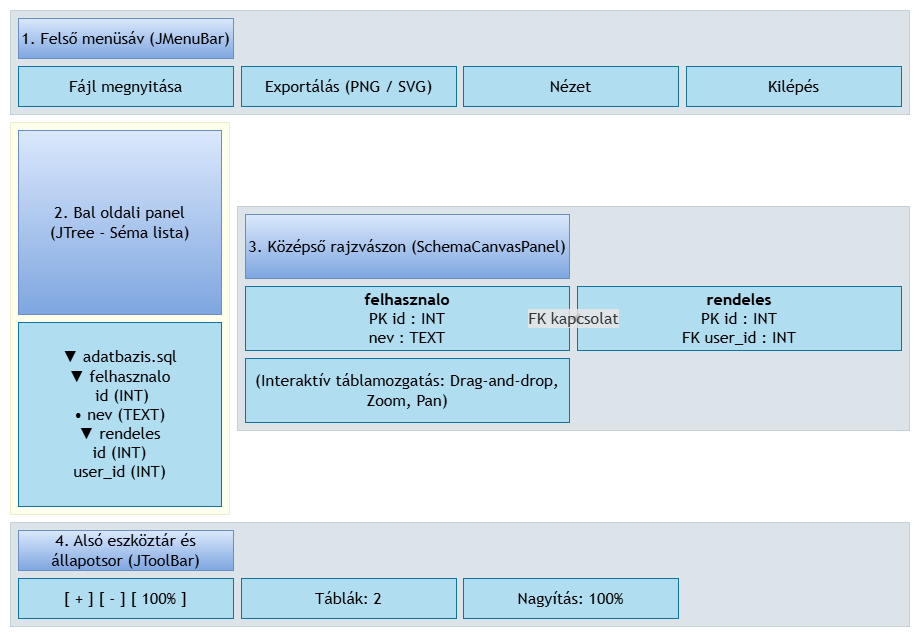
Above: Docs/Images/felulet_felepites.png in Skafyy/Szakdolgozat (draw.io), before the change. Source tidied: cells renumbered, new cells last; positions are measured from the earlier drawing's top-left corner, leaving out a move shared by most shapes. Source of this version:
```xml
<mxGraphModel>
  <root>
    <mxCell id="0" />
    <mxCell id="1" parent="0" />
    <mxCell id="2" style="group;transparentBounds=1;editIcon=1;lockedGroup=0;groupPadding=10;" parent="1" vertex="1">
      <mxGeometry as="geometry" />
    </mxCell>
    <mxCell id="3" style="html=1;whiteSpace=wrap;strokeWidth=1;verticalAlign=top;fillColor=#bac8d3;fillOpacity=50;strokeColor=#23445d;strokeOpacity=20;fontFamily=Trebuchet MS,Verdana,Arial,sans-serif;fontSize=16;" parent="2" vertex="1">
      <mxGeometry x="30" y="30" width="899" height="104" as="geometry" />
    </mxCell>
    <mxCell id="4" value="1. Felső menüsáv (JMenuBar)" style="html=1;whiteSpace=wrap;strokeWidth=1;fillColor=#dae8fc;strokeColor=#6c8ebf;fontFamily=Trebuchet MS,Verdana,Arial,sans-serif;fontSize=16;gradientColor=#7ea6e0;" parent="2" vertex="1">
      <mxGeometry x="38" y="38" width="215" height="40" as="geometry" />
    </mxCell>
    <mxCell id="5" value="Fájl megnyitása" style="html=1;whiteSpace=wrap;strokeWidth=1;fillColor=#b1ddf0;strokeColor=#10739e;fontFamily=Trebuchet MS,Verdana,Arial,sans-serif;fontSize=16;" parent="2" vertex="1">
      <mxGeometry x="38" y="86" width="215" height="40" as="geometry" />
    </mxCell>
    <mxCell id="6" value="Exportálás (PNG / SVG)" style="html=1;whiteSpace=wrap;strokeWidth=1;fillColor=#b1ddf0;strokeColor=#10739e;fontFamily=Trebuchet MS,Verdana,Arial,sans-serif;fontSize=16;" parent="2" vertex="1">
      <mxGeometry x="261" y="86" width="215" height="40" as="geometry" />
    </mxCell>
    <mxCell id="7" value="Nézet" style="html=1;whiteSpace=wrap;strokeWidth=1;fillColor=#b1ddf0;strokeColor=#10739e;fontFamily=Trebuchet MS,Verdana,Arial,sans-serif;fontSize=16;" parent="2" vertex="1">
      <mxGeometry x="483" y="86" width="215" height="40" as="geometry" />
    </mxCell>
    <mxCell id="8" value="Kilépés" style="html=1;whiteSpace=wrap;strokeWidth=1;fillColor=#b1ddf0;strokeColor=#10739e;fontFamily=Trebuchet MS,Verdana,Arial,sans-serif;fontSize=16;" parent="2" vertex="1">
      <mxGeometry x="706" y="86" width="215" height="40" as="geometry" />
    </mxCell>
    <mxCell id="9" style="html=1;whiteSpace=wrap;strokeWidth=1;verticalAlign=top;fillColor=light-dark(#ffffde,#1f2020);fillOpacity=50;strokeColor=light-dark(#aaaa33,#cccccc);strokeOpacity=20;fontColor=light-dark(#333333,#cccccc);fontFamily=Trebuchet MS,Verdana,Arial,sans-serif;fontSize=16;" parent="2" vertex="1">
      <mxGeometry x="30" y="142" width="219" height="392" as="geometry" />
    </mxCell>
    <mxCell id="10" value="2. Bal oldali panel&#10;(JTree - Séma lista)" style="html=1;whiteSpace=wrap;strokeWidth=1;fillColor=#dae8fc;strokeColor=#6c8ebf;fontFamily=Trebuchet MS,Verdana,Arial,sans-serif;fontSize=16;gradientColor=#7ea6e0;" parent="2" vertex="1">
      <mxGeometry x="38" y="150" width="203" height="184" as="geometry" />
    </mxCell>
    <mxCell id="11" value="▼ adatbazis.sql&lt;br&gt;▼ felhasznalo&lt;br&gt;&amp;nbsp;id (INT)&lt;br&gt;• nev (TEXT)&lt;br&gt;▼ rendeles&lt;br&gt;id (INT)&lt;br&gt;user_id (INT)" style="html=1;whiteSpace=wrap;strokeWidth=1;fillColor=#b1ddf0;strokeColor=#10739e;fontFamily=Trebuchet MS,Verdana,Arial,sans-serif;fontSize=16;" parent="2" vertex="1">
      <mxGeometry x="38" y="342" width="203" height="184" as="geometry" />
    </mxCell>
    <mxCell id="12" style="html=1;whiteSpace=wrap;strokeWidth=1;verticalAlign=top;fillColor=#bac8d3;fillOpacity=50;strokeColor=#23445d;strokeOpacity=20;fontFamily=Trebuchet MS,Verdana,Arial,sans-serif;fontSize=16;" parent="2" vertex="1">
      <mxGeometry x="257" y="226" width="672" height="224" as="geometry" />
    </mxCell>
    <mxCell id="13" value="3. Középső rajzvászon (SchemaCanvasPanel)" style="html=1;whiteSpace=wrap;strokeWidth=1;fillColor=#dae8fc;strokeColor=#6c8ebf;fontFamily=Trebuchet MS,Verdana,Arial,sans-serif;fontSize=16;gradientColor=#7ea6e0;" parent="2" vertex="1">
      <mxGeometry x="265" y="234" width="324" height="64" as="geometry" />
    </mxCell>
    <mxCell id="14" value="&lt;b&gt;felhasznalo&lt;br&gt;&lt;/b&gt;PK id : INT&lt;br&gt;nev : TEXT" style="html=1;whiteSpace=wrap;strokeWidth=1;fillColor=#b1ddf0;strokeColor=#10739e;fontFamily=Trebuchet MS,Verdana,Arial,sans-serif;fontSize=16;" parent="2" vertex="1">
      <mxGeometry x="265" y="306" width="324" height="64" as="geometry" />
    </mxCell>
    <mxCell id="15" value="&lt;b&gt;rendeles&lt;br&gt;&lt;/b&gt;PK id : INT&lt;br&gt;FK user_id : INT" style="html=1;whiteSpace=wrap;strokeWidth=1;fillColor=#b1ddf0;strokeColor=#10739e;fontFamily=Trebuchet MS,Verdana,Arial,sans-serif;fontSize=16;" parent="2" vertex="1">
      <mxGeometry x="597" y="306" width="324" height="64" as="geometry" />
    </mxCell>
    <mxCell id="16" value="(Interaktív táblamozgatás: Drag-and-drop, Zoom, Pan)" style="html=1;whiteSpace=wrap;strokeWidth=1;fillColor=#b1ddf0;strokeColor=#10739e;fontFamily=Trebuchet MS,Verdana,Arial,sans-serif;fontSize=16;" parent="2" vertex="1">
      <mxGeometry x="265" y="378" width="324" height="64" as="geometry" />
    </mxCell>
    <mxCell id="17" style="html=1;whiteSpace=wrap;strokeWidth=1;verticalAlign=top;fillColor=#bac8d3;fillOpacity=50;strokeColor=#23445d;strokeOpacity=20;fontFamily=Trebuchet MS,Verdana,Arial,sans-serif;fontSize=16;" parent="2" vertex="1">
      <mxGeometry x="30" y="542" width="899" height="104" as="geometry" />
    </mxCell>
    <mxCell id="18" value="4. Alsó eszköztár és állapotsor (JToolBar)" style="html=1;whiteSpace=wrap;strokeWidth=1;fillColor=#dae8fc;strokeColor=#6c8ebf;fontFamily=Trebuchet MS,Verdana,Arial,sans-serif;fontSize=16;gradientColor=#7ea6e0;" parent="2" vertex="1">
      <mxGeometry x="38" y="550" width="215" height="40" as="geometry" />
    </mxCell>
    <mxCell id="19" value="[ + ] [ - ] [ 100% ]" style="html=1;whiteSpace=wrap;strokeWidth=1;fillColor=#b1ddf0;strokeColor=#10739e;fontFamily=Trebuchet MS,Verdana,Arial,sans-serif;fontSize=16;" parent="2" vertex="1">
      <mxGeometry x="38" y="598" width="215" height="40" as="geometry" />
    </mxCell>
    <mxCell id="20" value="Táblák: 2" style="html=1;whiteSpace=wrap;strokeWidth=1;fillColor=#b1ddf0;strokeColor=#10739e;fontFamily=Trebuchet MS,Verdana,Arial,sans-serif;fontSize=16;" parent="2" vertex="1">
      <mxGeometry x="261" y="598" width="215" height="40" as="geometry" />
    </mxCell>
    <mxCell id="21" value="Nagyítás: 100%" style="html=1;whiteSpace=wrap;strokeWidth=1;fillColor=#b1ddf0;strokeColor=#10739e;fontFamily=Trebuchet MS,Verdana,Arial,sans-serif;fontSize=16;" parent="2" vertex="1">
      <mxGeometry x="483" y="598" width="215" height="40" as="geometry" />
    </mxCell>
    <mxCell id="22" value="FK kapcsolat" style="curved=1;startArrow=none;endArrow=block;endSize=8;endFill=1;strokeColor=light-dark(#333333,#cccccc);html=1;fontSize=16;labelBackgroundColor=light-dark(#E8E8E88D,#2a2a2a8D);fontFamily=Trebuchet MS,Verdana,Arial,sans-serif;fontColor=light-dark(#333333,#cccccc);rounded=0;" parent="2" edge="1" source="15" target="14">
      <mxGeometry relative="1" as="geometry" />
    </mxCell>
  </root>
</mxGraphModel>
```
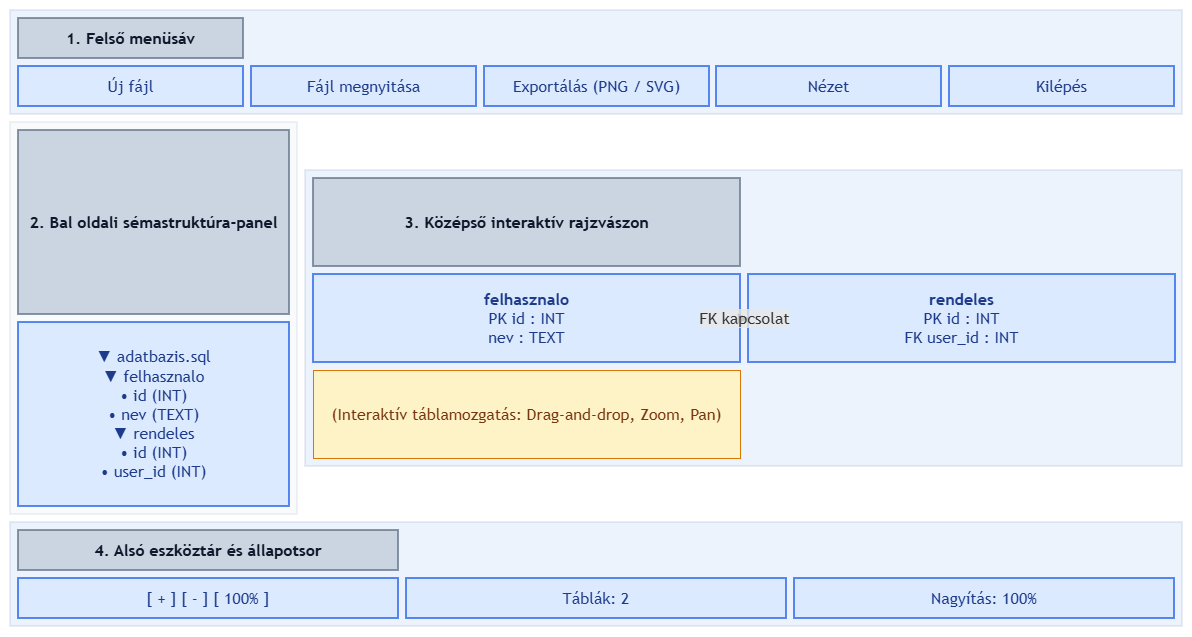
Above is the later version.

Diff of the diagram source:
```diff
@@ -1,68 +1,71 @@
-<mxGraphModel>
+<mxGraphModel background="light-dark(#ffffff, #121212)">
   <root>
     <mxCell id="0" />
     <mxCell id="1" parent="0" />
     <mxCell id="2" style="group;transparentBounds=1;editIcon=1;lockedGroup=0;groupPadding=10;" parent="1" vertex="1">
       <mxGeometry as="geometry" />
     </mxCell>
-    <mxCell id="3" style="html=1;whiteSpace=wrap;strokeWidth=1;verticalAlign=top;fillColor=#bac8d3;fillOpacity=50;strokeColor=#23445d;strokeOpacity=20;fontFamily=Trebuchet MS,Verdana,Arial,sans-serif;fontSize=16;" parent="2" vertex="1">
-      <mxGeometry x="30" y="30" width="899" height="104" as="geometry" />
-    </mxCell>
-    <mxCell id="4" value="1. Felső menüsáv (JMenuBar)" style="html=1;whiteSpace=wrap;strokeWidth=1;fillColor=#dae8fc;strokeColor=#6c8ebf;fontFamily=Trebuchet MS,Verdana,Arial,sans-serif;fontSize=16;gradientColor=#7ea6e0;" parent="2" vertex="1">
-      <mxGeometry x="38" y="38" width="215" height="40" as="geometry" />
-    </mxCell>
+    <mxCell id="23" style="html=1;whiteSpace=wrap;strokeWidth=1.5;verticalAlign=top;fillColor=#dae8fc;fillOpacity=50;strokeColor=#6c8ebf;strokeOpacity=20;fontFamily=Trebuchet MS,Verdana,Arial,sans-serif;fontSize=16;" parent="2" vertex="1">
+      <mxGeometry x="30" y="30" width="1172" height="104" as="geometry" />
+    </mxCell>
+    <mxCell id="24" value="1. Felső menüsáv" style="html=1;whiteSpace=wrap;strokeWidth=1.5;fillColor=#CBD5E1;strokeColor=#64748B;fontColor=#0F172A;fontFamily=Trebuchet MS,Verdana,Arial,sans-serif;fontSize=16;fontStyle=1;" parent="2" vertex="1">
+      <mxGeometry x="38" y="38" width="225" height="40" as="geometry" />
+    </mxCell>
+    <mxCell id="25" value="Új fájl" style="html=1;whiteSpace=wrap;strokeWidth=1.5;fillColor=#DBEAFE;strokeColor=#2563EB;fontColor=#1E3A8A;fontFamily=Trebuchet MS,Verdana,Arial,sans-serif;fontSize=16;" parent="2" vertex="1">
+      <mxGeometry x="38" y="86" width="225" height="40" as="geometry" />
+    </mxCell>
-    <mxCell id="5" value="Fájl megnyitása" style="html=1;whiteSpace=wrap;strokeWidth=1;fillColor=#b1ddf0;strokeColor=#10739e;fontFamily=Trebuchet MS,Verdana,Arial,sans-serif;fontSize=16;" parent="2" vertex="1">
-      <mxGeometry x="38" y="86" width="215" height="40" as="geometry" />
+    <mxCell id="5" value="Fájl megnyitása" style="html=1;whiteSpace=wrap;strokeWidth=1.5;fillColor=#DBEAFE;strokeColor=#2563EB;fontColor=#1E3A8A;fontFamily=Trebuchet MS,Verdana,Arial,sans-serif;fontSize=16;" parent="2" vertex="1">
+      <mxGeometry x="271" y="86" width="225" height="40" as="geometry" />
     </mxCell>
-    <mxCell id="6" value="Exportálás (PNG / SVG)" style="html=1;whiteSpace=wrap;strokeWidth=1;fillColor=#b1ddf0;strokeColor=#10739e;fontFamily=Trebuchet MS,Verdana,Arial,sans-serif;fontSize=16;" parent="2" vertex="1">
-      <mxGeometry x="261" y="86" width="215" height="40" as="geometry" />
+    <mxCell id="6" value="Exportálás (PNG / SVG)" style="html=1;whiteSpace=wrap;strokeWidth=1.5;fillColor=#DBEAFE;strokeColor=#2563EB;fontColor=#1E3A8A;fontFamily=Trebuchet MS,Verdana,Arial,sans-serif;fontSize=16;" parent="2" vertex="1">
+      <mxGeometry x="504" y="86" width="225" height="40" as="geometry" />
     </mxCell>
-    <mxCell id="7" value="Nézet" style="html=1;whiteSpace=wrap;strokeWidth=1;fillColor=#b1ddf0;strokeColor=#10739e;fontFamily=Trebuchet MS,Verdana,Arial,sans-serif;fontSize=16;" parent="2" vertex="1">
-      <mxGeometry x="483" y="86" width="215" height="40" as="geometry" />
+    <mxCell id="7" value="Nézet" style="html=1;whiteSpace=wrap;strokeWidth=1.5;fillColor=#DBEAFE;strokeColor=#2563EB;fontColor=#1E3A8A;fontFamily=Trebuchet MS,Verdana,Arial,sans-serif;fontSize=16;" parent="2" vertex="1">
+      <mxGeometry x="736" y="86" width="225" height="40" as="geometry" />
     </mxCell>
-    <mxCell id="8" value="Kilépés" style="html=1;whiteSpace=wrap;strokeWidth=1;fillColor=#b1ddf0;strokeColor=#10739e;fontFamily=Trebuchet MS,Verdana,Arial,sans-serif;fontSize=16;" parent="2" vertex="1">
-      <mxGeometry x="706" y="86" width="215" height="40" as="geometry" />
+    <mxCell id="8" value="Kilépés" style="html=1;whiteSpace=wrap;strokeWidth=1.5;fillColor=#DBEAFE;strokeColor=#2563EB;fontColor=#1E3A8A;fontFamily=Trebuchet MS,Verdana,Arial,sans-serif;fontSize=16;" parent="2" vertex="1">
+      <mxGeometry x="969" y="86" width="225" height="40" as="geometry" />
     </mxCell>
-    <mxCell id="9" style="html=1;whiteSpace=wrap;strokeWidth=1;verticalAlign=top;fillColor=light-dark(#ffffde,#1f2020);fillOpacity=50;strokeColor=light-dark(#aaaa33,#cccccc);strokeOpacity=20;fontColor=light-dark(#333333,#cccccc);fontFamily=Trebuchet MS,Verdana,Arial,sans-serif;fontSize=16;" parent="2" vertex="1">
-      <mxGeometry x="30" y="142" width="219" height="392" as="geometry" />
-    </mxCell>
-    <mxCell id="10" value="2. Bal oldali panel&#10;(JTree - Séma lista)" style="html=1;whiteSpace=wrap;strokeWidth=1;fillColor=#dae8fc;strokeColor=#6c8ebf;fontFamily=Trebuchet MS,Verdana,Arial,sans-serif;fontSize=16;gradientColor=#7ea6e0;" parent="2" vertex="1">
-      <mxGeometry x="38" y="150" width="203" height="184" as="geometry" />
-    </mxCell>
-    <mxCell id="11" value="▼ adatbazis.sql&lt;br&gt;▼ felhasznalo&lt;br&gt;&amp;nbsp;id (INT)&lt;br&gt;• nev (TEXT)&lt;br&gt;▼ rendeles&lt;br&gt;id (INT)&lt;br&gt;user_id (INT)" style="html=1;whiteSpace=wrap;strokeWidth=1;fillColor=#b1ddf0;strokeColor=#10739e;fontFamily=Trebuchet MS,Verdana,Arial,sans-serif;fontSize=16;" parent="2" vertex="1">
-      <mxGeometry x="38" y="342" width="203" height="184" as="geometry" />
-    </mxCell>
-    <mxCell id="12" style="html=1;whiteSpace=wrap;strokeWidth=1;verticalAlign=top;fillColor=#bac8d3;fillOpacity=50;strokeColor=#23445d;strokeOpacity=20;fontFamily=Trebuchet MS,Verdana,Arial,sans-serif;fontSize=16;" parent="2" vertex="1">
-      <mxGeometry x="257" y="226" width="672" height="224" as="geometry" />
-    </mxCell>
-    <mxCell id="13" value="3. Középső rajzvászon (SchemaCanvasPanel)" style="html=1;whiteSpace=wrap;strokeWidth=1;fillColor=#dae8fc;strokeColor=#6c8ebf;fontFamily=Trebuchet MS,Verdana,Arial,sans-serif;fontSize=16;gradientColor=#7ea6e0;" parent="2" vertex="1">
-      <mxGeometry x="265" y="234" width="324" height="64" as="geometry" />
-    </mxCell>
+    <mxCell id="26" style="html=1;whiteSpace=wrap;strokeWidth=1.5;verticalAlign=top;fillColor=#F1F5F9;fillOpacity=50;strokeColor=#94A3B8;strokeOpacity=20;fontColor=#0F172A;fontFamily=Trebuchet MS,Verdana,Arial,sans-serif;fontSize=16;" parent="2" vertex="1">
+      <mxGeometry x="30" y="142" width="287" height="392" as="geometry" />
+    </mxCell>
+    <mxCell id="27" value="2. Bal oldali sémastruktúra-panel" style="html=1;whiteSpace=wrap;strokeWidth=1.5;fillColor=#CBD5E1;strokeColor=#64748B;fontColor=#0F172A;fontFamily=Trebuchet MS,Verdana,Arial,sans-serif;fontSize=16;fontStyle=1;" parent="2" vertex="1">
+      <mxGeometry x="38" y="150" width="271" height="184" as="geometry" />
+    </mxCell>
+    <mxCell id="28" value="▼ adatbazis.sql&#10;▼ felhasznalo&#10;• id (INT)&#10;• nev (TEXT)&#10;▼ rendeles&#10;• id (INT)&#10;• user_id (INT)" style="html=1;whiteSpace=wrap;strokeWidth=1.5;fillColor=#DBEAFE;strokeColor=#2563EB;fontColor=#1E3A8A;fontFamily=Trebuchet MS,Verdana,Arial,sans-serif;fontSize=16;" parent="2" vertex="1">
+      <mxGeometry x="38" y="342" width="271" height="184" as="geometry" />
+    </mxCell>
+    <mxCell id="29" style="html=1;whiteSpace=wrap;strokeWidth=1.5;verticalAlign=top;fillColor=#dae8fc;fillOpacity=50;strokeColor=#6c8ebf;strokeOpacity=20;fontFamily=Trebuchet MS,Verdana,Arial,sans-serif;fontSize=16;" parent="2" vertex="1">
+      <mxGeometry x="325" y="190" width="877" height="296" as="geometry" />
+    </mxCell>
+    <mxCell id="30" value="3. Középső interaktív rajzvászon" style="html=1;whiteSpace=wrap;strokeWidth=1.5;fillColor=#CBD5E1;strokeColor=#64748B;fontColor=#0F172A;fontFamily=Trebuchet MS,Verdana,Arial,sans-serif;fontSize=16;fontStyle=1;" parent="2" vertex="1">
+      <mxGeometry x="333" y="198" width="427" height="88" as="geometry" />
+    </mxCell>
-    <mxCell id="14" value="&lt;b&gt;felhasznalo&lt;br&gt;&lt;/b&gt;PK id : INT&lt;br&gt;nev : TEXT" style="html=1;whiteSpace=wrap;strokeWidth=1;fillColor=#b1ddf0;strokeColor=#10739e;fontFamily=Trebuchet MS,Verdana,Arial,sans-serif;fontSize=16;" parent="2" vertex="1">
-      <mxGeometry x="265" y="306" width="324" height="64" as="geometry" />
+    <mxCell id="14" value="&lt;b&gt;felhasznalo&lt;/b&gt;&#10;PK id : INT&#10;nev : TEXT" style="html=1;whiteSpace=wrap;strokeWidth=1.5;fillColor=#DBEAFE;strokeColor=#2563EB;fontColor=#1E3A8A;fontFamily=Trebuchet MS,Verdana,Arial,sans-serif;fontSize=16;" parent="2" vertex="1">
+      <mxGeometry x="333" y="294" width="427" height="88" as="geometry" />
     </mxCell>
-    <mxCell id="15" value="&lt;b&gt;rendeles&lt;br&gt;&lt;/b&gt;PK id : INT&lt;br&gt;FK user_id : INT" style="html=1;whiteSpace=wrap;strokeWidth=1;fillColor=#b1ddf0;strokeColor=#10739e;fontFamily=Trebuchet MS,Verdana,Arial,sans-serif;fontSize=16;" parent="2" vertex="1">
-      <mxGeometry x="597" y="306" width="324" height="64" as="geometry" />
+    <mxCell id="15" value="&lt;b&gt;rendeles&lt;/b&gt;&#10;PK id : INT&#10;FK user_id : INT" style="html=1;whiteSpace=wrap;strokeWidth=1.5;fillColor=#DBEAFE;strokeColor=#2563EB;fontColor=#1E3A8A;fontFamily=Trebuchet MS,Verdana,Arial,sans-serif;fontSize=16;" parent="2" vertex="1">
+      <mxGeometry x="768" y="294" width="427" height="88" as="geometry" />
     </mxCell>
-    <mxCell id="16" value="(Interaktív táblamozgatás: Drag-and-drop, Zoom, Pan)" style="html=1;whiteSpace=wrap;strokeWidth=1;fillColor=#b1ddf0;strokeColor=#10739e;fontFamily=Trebuchet MS,Verdana,Arial,sans-serif;fontSize=16;" parent="2" vertex="1">
-      <mxGeometry x="265" y="378" width="324" height="64" as="geometry" />
+    <mxCell id="16" value="(Interaktív táblamozgatás: Drag-and-drop, Zoom, Pan)" style="html=1;whiteSpace=wrap;strokeWidth=1;fillColor=#FEF3C7;strokeColor=#D97706;fontColor=#78350F;fontFamily=Trebuchet MS,Verdana,Arial,sans-serif;fontSize=16;" parent="2" vertex="1">
+      <mxGeometry x="333" y="390" width="427" height="88" as="geometry" />
     </mxCell>
-    <mxCell id="17" style="html=1;whiteSpace=wrap;strokeWidth=1;verticalAlign=top;fillColor=#bac8d3;fillOpacity=50;strokeColor=#23445d;strokeOpacity=20;fontFamily=Trebuchet MS,Verdana,Arial,sans-serif;fontSize=16;" parent="2" vertex="1">
-      <mxGeometry x="30" y="542" width="899" height="104" as="geometry" />
-    </mxCell>
-    <mxCell id="18" value="4. Alsó eszköztár és állapotsor (JToolBar)" style="html=1;whiteSpace=wrap;strokeWidth=1;fillColor=#dae8fc;strokeColor=#6c8ebf;fontFamily=Trebuchet MS,Verdana,Arial,sans-serif;fontSize=16;gradientColor=#7ea6e0;" parent="2" vertex="1">
-      <mxGeometry x="38" y="550" width="215" height="40" as="geometry" />
-    </mxCell>
+    <mxCell id="31" style="html=1;whiteSpace=wrap;strokeWidth=1.5;verticalAlign=top;fillColor=#dae8fc;fillOpacity=50;strokeColor=#6c8ebf;strokeOpacity=20;fontFamily=Trebuchet MS,Verdana,Arial,sans-serif;fontSize=16;" parent="2" vertex="1">
+      <mxGeometry x="30" y="542" width="1172" height="104" as="geometry" />
+    </mxCell>
+    <mxCell id="32" value="4. Alsó eszköztár és állapotsor" style="html=1;whiteSpace=wrap;strokeWidth=1.5;fillColor=#CBD5E1;strokeColor=#64748B;fontColor=#0F172A;fontFamily=Trebuchet MS,Verdana,Arial,sans-serif;fontSize=16;fontStyle=1;" parent="2" vertex="1">
+      <mxGeometry x="38" y="550" width="380" height="40" as="geometry" />
+    </mxCell>
-    <mxCell id="19" value="[ + ] [ - ] [ 100% ]" style="html=1;whiteSpace=wrap;strokeWidth=1;fillColor=#b1ddf0;strokeColor=#10739e;fontFamily=Trebuchet MS,Verdana,Arial,sans-serif;fontSize=16;" parent="2" vertex="1">
-      <mxGeometry x="38" y="598" width="215" height="40" as="geometry" />
+    <mxCell id="19" value="[ + ] [ - ] [ 100% ]" style="html=1;whiteSpace=wrap;strokeWidth=1.5;fillColor=#DBEAFE;strokeColor=#2563EB;fontColor=#1E3A8A;fontFamily=Trebuchet MS,Verdana,Arial,sans-serif;fontSize=16;" parent="2" vertex="1">
+      <mxGeometry x="38" y="598" width="380" height="40" as="geometry" />
     </mxCell>
-    <mxCell id="20" value="Táblák: 2" style="html=1;whiteSpace=wrap;strokeWidth=1;fillColor=#b1ddf0;strokeColor=#10739e;fontFamily=Trebuchet MS,Verdana,Arial,sans-serif;fontSize=16;" parent="2" vertex="1">
-      <mxGeometry x="261" y="598" width="215" height="40" as="geometry" />
+    <mxCell id="20" value="Táblák: 2" style="html=1;whiteSpace=wrap;strokeWidth=1.5;fillColor=#DBEAFE;strokeColor=#2563EB;fontColor=#1E3A8A;fontFamily=Trebuchet MS,Verdana,Arial,sans-serif;fontSize=16;" parent="2" vertex="1">
+      <mxGeometry x="426" y="598" width="380" height="40" as="geometry" />
     </mxCell>
-    <mxCell id="21" value="Nagyítás: 100%" style="html=1;whiteSpace=wrap;strokeWidth=1;fillColor=#b1ddf0;strokeColor=#10739e;fontFamily=Trebuchet MS,Verdana,Arial,sans-serif;fontSize=16;" parent="2" vertex="1">
-      <mxGeometry x="483" y="598" width="215" height="40" as="geometry" />
+    <mxCell id="21" value="Nagyítás: 100%" style="html=1;whiteSpace=wrap;strokeWidth=1.5;fillColor=#DBEAFE;strokeColor=#2563EB;fontColor=#1E3A8A;fontFamily=Trebuchet MS,Verdana,Arial,sans-serif;fontSize=16;" parent="2" vertex="1">
+      <mxGeometry x="814" y="598" width="380" height="40" as="geometry" />
     </mxCell>
-    <mxCell id="22" value="FK kapcsolat" style="curved=1;startArrow=none;endArrow=block;endSize=8;endFill=1;strokeColor=light-dark(#333333,#cccccc);html=1;fontSize=16;labelBackgroundColor=light-dark(#E8E8E88D,#2a2a2a8D);fontFamily=Trebuchet MS,Verdana,Arial,sans-serif;fontColor=light-dark(#333333,#cccccc);rounded=0;" parent="2" edge="1" source="15" target="14">
+    <mxCell id="22" value="FK kapcsolat" style="curved=1;startArrow=none;endArrow=block;endSize=8;endFill=1;strokeColor=light-dark(#333333,#cccccc);html=1;fontSize=16;labelBackgroundColor=light-dark(#E8E8E88D,#2a2a2a8D);fontFamily=Trebuchet MS,Verdana,Arial,sans-serif;fontColor=light-dark(#333333,#cccccc);rounded=0;" parent="2" edge="1" source="14" target="15">
       <mxGeometry relative="1" as="geometry" />
     </mxCell>
   </root>
```
